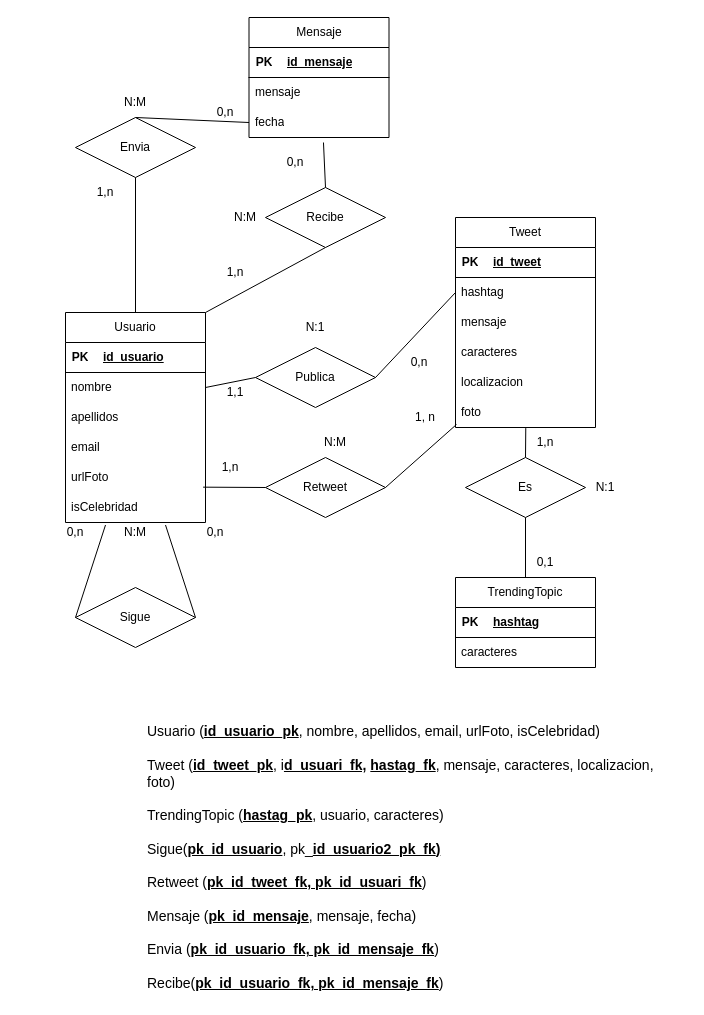
Before: Ejercicio16.drawio in Daninuro/diagrames-cvf-dn-mpl-n-11102023, a draw.io diagram. Source tidied: cells renumbered, new cells numbered last; positions are measured from the earlier drawing's top-left corner, leaving out a move shared by most shapes. Both pictures are drawn from the tidied source at 100%, with x=0, y=0 at pixel (45, 17).
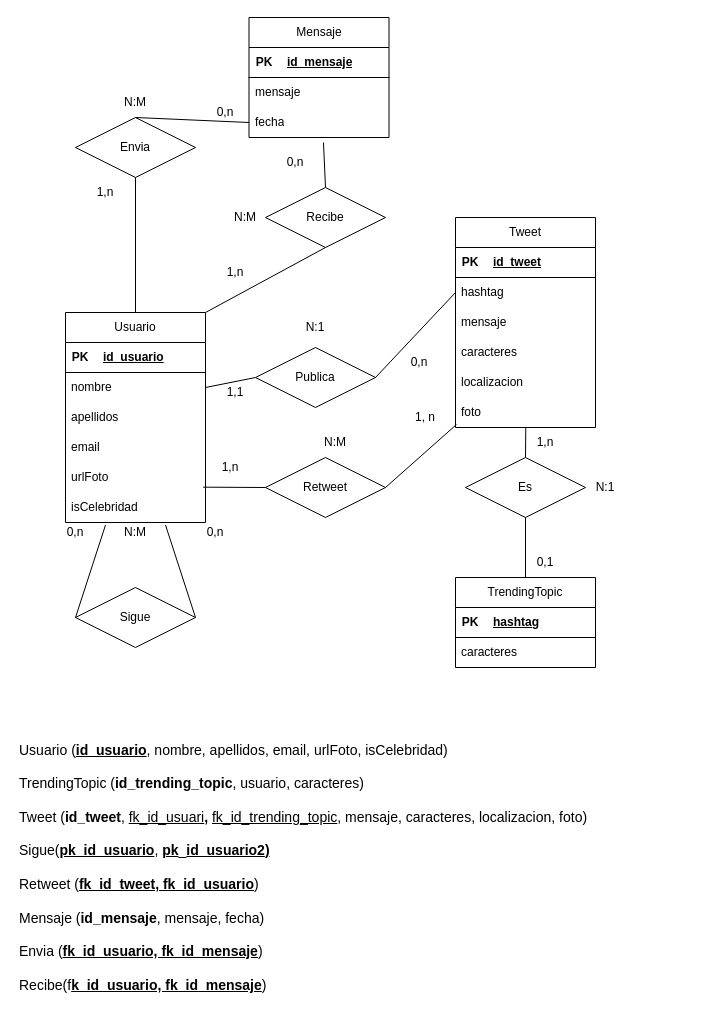
The same diagram, later.

What changed in the source:
```diff
@@
-    <mxCell id="46" value="&lt;font style=&quot;font-size: 14px;&quot;&gt;Usuario (&lt;b&gt;&lt;u&gt;id_usuario_pk&lt;/u&gt;&lt;/b&gt;, nombre, apellidos, email, urlFoto, isCelebridad)&lt;br&gt;&lt;br&gt;Tweet (&lt;u style=&quot;font-weight: bold;&quot;&gt;id_tweet_pk&lt;/u&gt;, i&lt;b&gt;&lt;u&gt;d_usuari_fk,&lt;/u&gt;&lt;/b&gt;&amp;nbsp;&lt;u&gt;&lt;b&gt;hastag_fk&lt;/b&gt;&lt;/u&gt;, mensaje, caracteres, localizacion, foto)&lt;br&gt;&lt;br&gt;TrendingTopic (&lt;u&gt;&lt;b&gt;hastag_pk&lt;/b&gt;&lt;/u&gt;, usuario, caracteres)&lt;br&gt;&lt;br&gt;Sigue(&lt;b&gt;&lt;u&gt;pk_id_usuario&lt;/u&gt;&lt;/b&gt;, pk_&lt;u style=&quot;font-weight: bold;&quot;&gt;id_usuario2_pk_fk&lt;/u&gt;&lt;u style=&quot;font-weight: bold;&quot;&gt;)&lt;/u&gt;&lt;br&gt;&lt;br&gt;Retweet (&lt;b&gt;&lt;u&gt;pk_id_tweet_fk, pk_id_usuari_fk&lt;/u&gt;&lt;/b&gt;)&lt;br&gt;&lt;br&gt;Mensaje (&lt;b&gt;&lt;u&gt;pk_id_mensaje&lt;/u&gt;&lt;/b&gt;, mensaje, fecha)&lt;br&gt;&lt;br&gt;Envia (&lt;b&gt;&lt;u&gt;pk_id_usuario_fk, pk_id_mensaje_fk&lt;/u&gt;&lt;/b&gt;)&lt;br&gt;&lt;br&gt;Recibe(&lt;b&gt;&lt;u&gt;pk_id_usuario_fk, pk_id_mensaje_fk&lt;/u&gt;&lt;/b&gt;)&lt;/font&gt;" style="text;html=1;strokeColor=none;fillColor=none;align=left;verticalAlign=middle;whiteSpace=wrap;rounded=0;" parent="1" vertex="1">
-      <mxGeometry x="100" y="710" width="540" height="260" as="geometry" />
+    <mxCell id="46" value="&lt;font style=&quot;font-size: 14px;&quot;&gt;Usuario (&lt;b&gt;&lt;u&gt;id_usuario&lt;/u&gt;&lt;/b&gt;, nombre, apellidos, email, urlFoto, isCelebridad)&lt;br&gt;&lt;br&gt;TrendingTopic (&lt;b style=&quot;border-color: var(--border-color);&quot;&gt;id_trending_topic&lt;/b&gt;, usuario, caracteres)&lt;br&gt;&lt;br&gt;Tweet (&lt;span style=&quot;font-weight: bold;&quot;&gt;id_tweet&lt;/span&gt;, &lt;u&gt;fk_id_usuari&lt;/u&gt;&lt;b style=&quot;text-decoration-line: underline;&quot;&gt;,&lt;/b&gt;&amp;nbsp;&lt;u&gt;fk_id_trending_topic&lt;/u&gt;, mensaje, caracteres, localizacion, foto)&lt;br&gt;&lt;br&gt;Sigue(&lt;b&gt;&lt;u&gt;pk_id_usuario&lt;/u&gt;&lt;/b&gt;, &lt;u&gt;&lt;b&gt;pk&lt;/b&gt;&lt;/u&gt;_&lt;u style=&quot;font-weight: bold;&quot;&gt;id_usuario2&lt;/u&gt;&lt;u style=&quot;font-weight: bold;&quot;&gt;)&lt;/u&gt;&lt;br&gt;&lt;br&gt;Retweet (&lt;b&gt;&lt;u&gt;fk_id_tweet, fk_id_usuario&lt;/u&gt;&lt;/b&gt;)&lt;br&gt;&lt;br&gt;Mensaje (&lt;b&gt;id_mensaje&lt;/b&gt;, mensaje, fecha)&lt;br&gt;&lt;br&gt;Envia (&lt;b&gt;&lt;u&gt;fk_id_usuario, fk_id_mensaje&lt;/u&gt;&lt;/b&gt;)&lt;br&gt;&lt;br&gt;Recibe(f&lt;b&gt;&lt;u&gt;k_id_usuario, fk_id_mensaje&lt;/u&gt;&lt;/b&gt;)&lt;/font&gt;" style="text;html=1;strokeColor=none;fillColor=none;align=left;verticalAlign=middle;whiteSpace=wrap;rounded=0;" parent="1" vertex="1">
+      <mxGeometry x="-28" y="720" width="670" height="260" as="geometry" />
     </mxCell>
```
